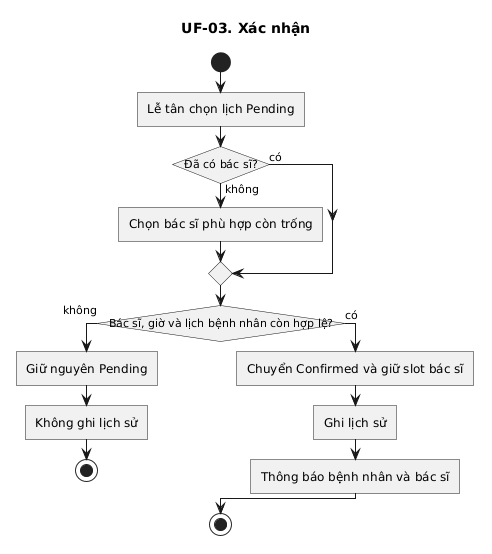
KhaVan-oi/ViClinic keeps this PlantUML diagram as doc/user-flow/04-xac-nhan.png. Above is the earlier version. Its source is kept beside it as doc/user-flow/04-xac-nhan.puml.
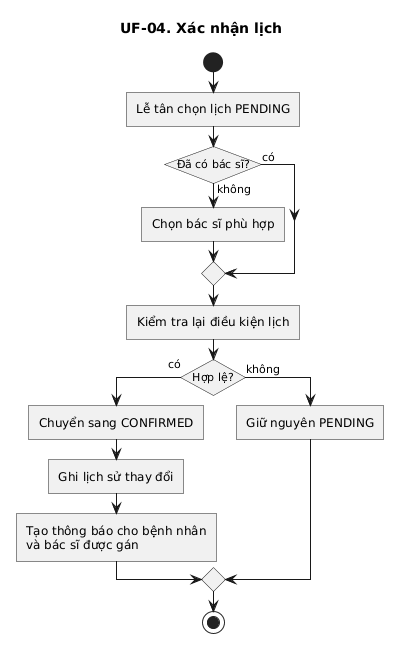
After the change.

The edit, as a diff of the source:
```diff
@@ -1,5 +1,6 @@
 @startuml
-title UF-03. Xác nhận
+title UF-04. Xác nhận lịch
+
 skinparam linetype ortho
 skinparam shadowing false
 skinparam roundcorner 0
@@ -7,19 +8,19 @@
 skinparam conditionEndStyle diamond
 
 start
-:Lễ tân chọn lịch Pending;
+:Lễ tân chọn lịch PENDING;
 if (Đã có bác sĩ?) then (không)
-  :Chọn bác sĩ phù hợp còn trống;
+  :Chọn bác sĩ phù hợp;
 else (có)
 endif
-if (Bác sĩ, giờ và lịch bệnh nhân còn hợp lệ?) then (không)
-  :Giữ nguyên Pending;
-  :Không ghi lịch sử;
-  stop
-else (có)
-  :Chuyển Confirmed và giữ slot bác sĩ;
-  :Ghi lịch sử;
-  :Thông báo bệnh nhân và bác sĩ;
+:Kiểm tra lại điều kiện lịch;
+if (Hợp lệ?) then (có)
+  :Chuyển sang CONFIRMED;
+  :Ghi lịch sử thay đổi;
+  :Tạo thông báo cho bệnh nhân
+và bác sĩ được gán;
+else (không)
+  :Giữ nguyên PENDING;
 endif
 stop
 @enduml
```
